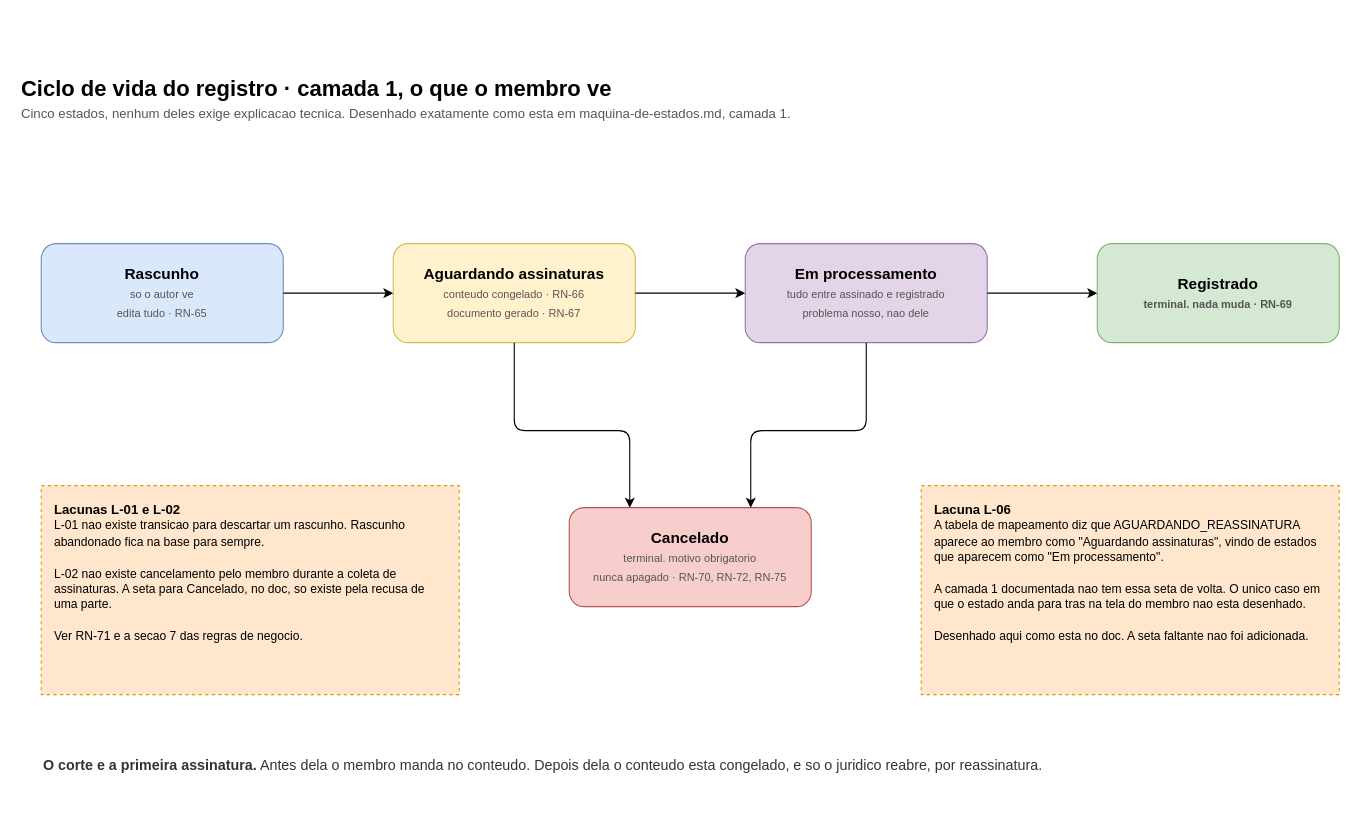
Before: docs/diagramas/02-ciclo-registro-membro.drawio in victornalves/clube-cafe, a draw.io diagram. Source tidied: cells renumbered, new cells numbered last; positions are measured from the earlier drawing's top-left corner, leaving out a move shared by most shapes. Both pictures are drawn from the tidied source at 110%, with x=0, y=0 at pixel (19, 67).
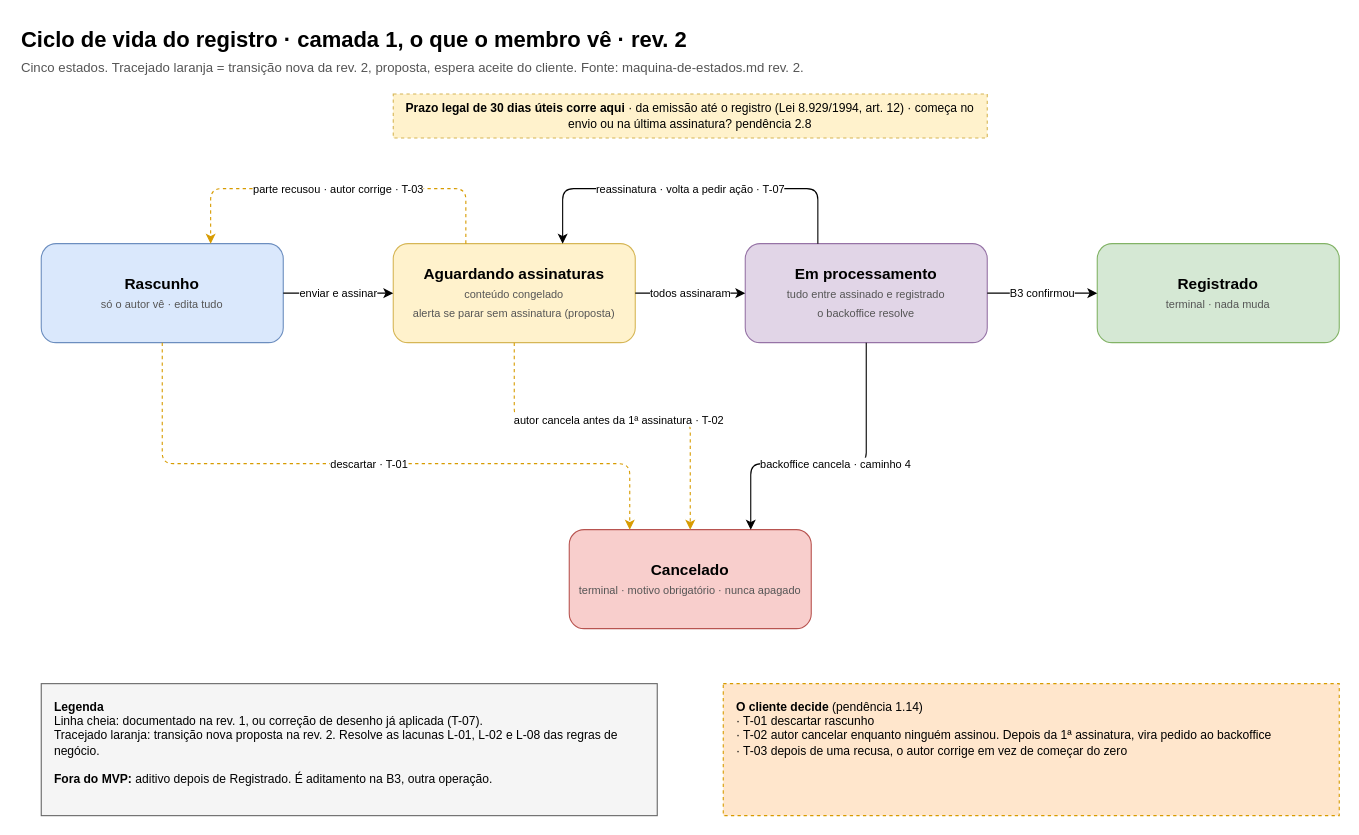
After the change.

The edit, as a diff of the source:
```diff
@@
-    <mxCell id="2" value="Ciclo de vida do registro · camada 1, o que o membro ve" style="text;html=1;align=left;fontStyle=1;fontSize=20;fillColor=none;strokeColor=none;" parent="1" vertex="1">
-      <mxGeometry width="800" height="30" as="geometry" />
+    <mxCell id="2" value="Ciclo de vida do registro · camada 1, o que o membro vê · rev. 2" style="text;html=1;align=left;fontStyle=1;fontSize=20;fillColor=none;strokeColor=none;" parent="1" vertex="1">
+      <mxGeometry y="-44" width="900" height="30" as="geometry" />
     </mxCell>
-    <mxCell id="3" value="Cinco estados, nenhum deles exige explicacao tecnica. Desenhado exatamente como esta em maquina-de-estados.md, camada 1." style="text;html=1;align=left;fontSize=12;fontColor=#555555;fillColor=none;strokeColor=none;" parent="1" vertex="1">
-      <mxGeometry y="28" width="900" height="20" as="geometry" />
+    <mxCell id="3" value="Cinco estados. Tracejado laranja = transição nova da rev. 2, proposta, espera aceite do cliente. Fonte: maquina-de-estados.md rev. 2." style="text;html=1;align=left;fontSize=12;fontColor=#555555;fillColor=none;strokeColor=none;" parent="1" vertex="1">
+      <mxGeometry y="-14" width="1100" height="20" as="geometry" />
     </mxCell>
+    <mxCell id="17" value="&lt;b&gt;Prazo legal de 30 dias úteis corre aqui&lt;/b&gt; · da emissão até o registro (Lei 8.929/1994, art. 12) · começa no envio ou na última assinatura? pendência 2.8" style="rounded=0;whiteSpace=wrap;html=1;fillColor=#fff2cc;strokeColor=#d6b656;dashed=1;fontSize=11;" parent="1" vertex="1">
+      <mxGeometry x="340" y="24" width="540" height="40" as="geometry" />
+    </mxCell>
-    <mxCell id="4" value="&lt;b&gt;Rascunho&lt;/b&gt;&lt;br/&gt;&lt;font style='font-size:10px;color:#555;'&gt;so o autor ve&lt;br/&gt;edita tudo · RN-65&lt;/font&gt;" style="rounded=1;whiteSpace=wrap;html=1;fillColor=#dae8fc;strokeColor=#6c8ebf;fontSize=14;" parent="1" vertex="1">
+    <mxCell id="4" value="&lt;b&gt;Rascunho&lt;/b&gt;&lt;br/&gt;&lt;font style='font-size:10px;color:#555;'&gt;só o autor vê · edita tudo&lt;/font&gt;" style="rounded=1;whiteSpace=wrap;html=1;fillColor=#dae8fc;strokeColor=#6c8ebf;fontSize=14;" parent="1" vertex="1">
       <mxGeometry x="20" y="160" width="220" height="90" as="geometry" />
     </mxCell>
-    <mxCell id="5" value="&lt;b&gt;Aguardando assinaturas&lt;/b&gt;&lt;br/&gt;&lt;font style='font-size:10px;color:#555;'&gt;conteudo congelado · RN-66&lt;br/&gt;documento gerado · RN-67&lt;/font&gt;" style="rounded=1;whiteSpace=wrap;html=1;fillColor=#fff2cc;strokeColor=#d6b656;fontSize=14;" parent="1" vertex="1">
+    <mxCell id="5" value="&lt;b&gt;Aguardando assinaturas&lt;/b&gt;&lt;br/&gt;&lt;font style='font-size:10px;color:#555;'&gt;conteúdo congelado&lt;br/&gt;alerta se parar sem assinatura (proposta)&lt;/font&gt;" style="rounded=1;whiteSpace=wrap;html=1;fillColor=#fff2cc;strokeColor=#d6b656;fontSize=14;" parent="1" vertex="1">
       <mxGeometry x="340" y="160" width="220" height="90" as="geometry" />
     </mxCell>
-    <mxCell id="6" value="&lt;b&gt;Em processamento&lt;/b&gt;&lt;br/&gt;&lt;font style='font-size:10px;color:#555;'&gt;tudo entre assinado e registrado&lt;br/&gt;problema nosso, nao dele&lt;/font&gt;" style="rounded=1;whiteSpace=wrap;html=1;fillColor=#e1d5e7;strokeColor=#9673a6;fontSize=14;" parent="1" vertex="1">
+    <mxCell id="6" value="&lt;b&gt;Em processamento&lt;/b&gt;&lt;br/&gt;&lt;font style='font-size:10px;color:#555;'&gt;tudo entre assinado e registrado&lt;br/&gt;o backoffice resolve&lt;/font&gt;" style="rounded=1;whiteSpace=wrap;html=1;fillColor=#e1d5e7;strokeColor=#9673a6;fontSize=14;" parent="1" vertex="1">
       <mxGeometry x="660" y="160" width="220" height="90" as="geometry" />
     </mxCell>
-    <mxCell id="7" value="&lt;b&gt;Registrado&lt;/b&gt;&lt;br/&gt;&lt;font style='font-size:10px;color:#555;'&gt;terminal. nada muda · RN-69&lt;/font&gt;" style="rounded=1;whiteSpace=wrap;html=1;fillColor=#d5e8d4;strokeColor=#82b366;fontSize=14;fontStyle=1;" parent="1" vertex="1">
+    <mxCell id="7" value="&lt;b&gt;Registrado&lt;/b&gt;&lt;br/&gt;&lt;font style='font-size:10px;color:#555;'&gt;terminal · nada muda&lt;/font&gt;" style="rounded=1;whiteSpace=wrap;html=1;fillColor=#d5e8d4;strokeColor=#82b366;fontSize=14;" parent="1" vertex="1">
       <mxGeometry x="980" y="160" width="220" height="90" as="geometry" />
     </mxCell>
-    <mxCell id="8" value="&lt;b&gt;Cancelado&lt;/b&gt;&lt;br/&gt;&lt;font style='font-size:10px;color:#555;'&gt;terminal. motivo obrigatorio&lt;br/&gt;nunca apagado · RN-70, RN-72, RN-75&lt;/font&gt;" style="rounded=1;whiteSpace=wrap;html=1;fillColor=#f8cecc;strokeColor=#b85450;fontSize=14;" parent="1" vertex="1">
-      <mxGeometry x="500" y="400" width="220" height="90" as="geometry" />
+    <mxCell id="8" value="&lt;b&gt;Cancelado&lt;/b&gt;&lt;br/&gt;&lt;font style='font-size:10px;color:#555;'&gt;terminal · motivo obrigatório · nunca apagado&lt;/font&gt;" style="rounded=1;whiteSpace=wrap;html=1;fillColor=#f8cecc;strokeColor=#b85450;fontSize=14;" parent="1" vertex="1">
+      <mxGeometry x="500" y="420" width="220" height="90" as="geometry" />
     </mxCell>
-    <mxCell id="9" style="edgeStyle=orthogonalEdgeStyle;rounded=1;html=1;exitX=1;exitY=0.5;entryX=0;entryY=0.5;" parent="1" edge="1" source="4" target="5">
+    <mxCell id="9" value="enviar e assinar" style="edgeStyle=orthogonalEdgeStyle;rounded=1;html=1;exitX=1;exitY=0.5;entryX=0;entryY=0.5;fontSize=10;labelBackgroundColor=#ffffff;" parent="1" edge="1" source="4" target="5">
       <mxGeometry relative="1" as="geometry" />
     </mxCell>
-    <mxCell id="10" style="edgeStyle=orthogonalEdgeStyle;rounded=1;html=1;exitX=1;exitY=0.5;entryX=0;entryY=0.5;" parent="1" edge="1" source="5" target="6">
+    <mxCell id="10" value="todos assinaram" style="edgeStyle=orthogonalEdgeStyle;rounded=1;html=1;exitX=1;exitY=0.5;entryX=0;entryY=0.5;fontSize=10;labelBackgroundColor=#ffffff;" parent="1" edge="1" source="5" target="6">
       <mxGeometry relative="1" as="geometry" />
     </mxCell>
-    <mxCell id="11" style="edgeStyle=orthogonalEdgeStyle;rounded=1;html=1;exitX=1;exitY=0.5;entryX=0;entryY=0.5;" parent="1" edge="1" source="6" target="7">
+    <mxCell id="11" value="B3 confirmou" style="edgeStyle=orthogonalEdgeStyle;rounded=1;html=1;exitX=1;exitY=0.5;entryX=0;entryY=0.5;fontSize=10;labelBackgroundColor=#ffffff;" parent="1" edge="1" source="6" target="7">
       <mxGeometry relative="1" as="geometry" />
     </mxCell>
+    <mxCell id="18" value="parte recusou · autor corrige · T-03" style="edgeStyle=orthogonalEdgeStyle;rounded=1;html=1;exitX=0.3;exitY=0;entryX=0.7;entryY=0;dashed=1;strokeColor=#d79b00;fontSize=10;labelBackgroundColor=#ffffff;" parent="1" edge="1" source="5" target="4">
+      <mxGeometry relative="1" as="geometry">
+        <Array as="points">
+          <mxPoint x="406" y="110" />
+          <mxPoint x="174" y="110" />
+        </Array>
+      </mxGeometry>
+    </mxCell>
+    <mxCell id="19" value="reassinatura · volta a pedir ação · T-07" style="edgeStyle=orthogonalEdgeStyle;rounded=1;html=1;exitX=0.3;exitY=0;entryX=0.7;entryY=0;fontSize=10;labelBackgroundColor=#ffffff;" parent="1" edge="1" source="6" target="5">
+      <mxGeometry relative="1" as="geometry">
+        <Array as="points">
+          <mxPoint x="726" y="110" />
+          <mxPoint x="494" y="110" />
+        </Array>
+      </mxGeometry>
+    </mxCell>
+    <mxCell id="20" value="descartar · T-01" style="edgeStyle=orthogonalEdgeStyle;rounded=1;html=1;exitX=0.5;exitY=1;entryX=0.25;entryY=0;dashed=1;strokeColor=#d79b00;fontSize=10;labelBackgroundColor=#ffffff;" parent="1" edge="1" source="4" target="8">
+      <mxGeometry relative="1" as="geometry">
+        <Array as="points">
+          <mxPoint x="130" y="360" />
+          <mxPoint x="555" y="360" />
+        </Array>
+      </mxGeometry>
+    </mxCell>
-    <mxCell id="12" style="edgeStyle=orthogonalEdgeStyle;rounded=1;html=1;exitX=0.5;exitY=1;entryX=0.25;entryY=0;" parent="1" edge="1" source="5" target="8">
+    <mxCell id="12" value="autor cancela antes da 1ª assinatura · T-02" style="edgeStyle=orthogonalEdgeStyle;rounded=1;html=1;exitX=0.5;exitY=1;entryX=0.5;entryY=0;dashed=1;strokeColor=#d79b00;fontSize=10;labelBackgroundColor=#ffffff;" parent="1" edge="1" source="5" target="8">
       <mxGeometry relative="1" as="geometry">
         <Array as="points">
-          <mxPoint x="450" y="330" />
-          <mxPoint x="555" y="330" />
+          <mxPoint x="450" y="320" />
+          <mxPoint x="610" y="320" />
         </Array>
       </mxGeometry>
     </mxCell>
-    <mxCell id="13" style="edgeStyle=orthogonalEdgeStyle;rounded=1;html=1;exitX=0.5;exitY=1;entryX=0.75;entryY=0;" parent="1" edge="1" source="6" target="8">
+    <mxCell id="13" value="backoffice cancela · caminho 4" style="edgeStyle=orthogonalEdgeStyle;rounded=1;html=1;exitX=0.5;exitY=1;entryX=0.75;entryY=0;fontSize=10;labelBackgroundColor=#ffffff;" parent="1" edge="1" source="6" target="8">
       <mxGeometry relative="1" as="geometry">
         <Array as="points">
-          <mxPoint x="770" y="330" />
-          <mxPoint x="665" y="330" />
+          <mxPoint x="770" y="360" />
+          <mxPoint x="665" y="360" />
         </Array>
       </mxGeometry>
     </mxCell>
-    <mxCell id="14" value="&lt;b&gt;Lacuna L-06&lt;/b&gt;&lt;br/&gt;&lt;font style='font-size:11px;'&gt;A tabela de mapeamento diz que AGUARDANDO_REASSINATURA aparece ao membro como &quot;Aguardando assinaturas&quot;, vindo de estados que aparecem como &quot;Em processamento&quot;.&lt;br/&gt;&lt;br/&gt;A camada 1 documentada nao tem essa seta de volta. O unico caso em que o estado anda para tras na tela do membro nao esta desenhado.&lt;br/&gt;&lt;br/&gt;Desenhado aqui como esta no doc. A seta faltante nao foi adicionada.&lt;/font&gt;" style="rounded=0;whiteSpace=wrap;html=1;fillColor=#ffe6cc;strokeColor=#d79b00;dashed=1;fontSize=12;align=left;spacingLeft=10;spacingRight=10;verticalAlign=top;spacingTop=8;" parent="1" vertex="1">
-      <mxGeometry x="820" y="380" width="380" height="190" as="geometry" />
-    </mxCell>
-    <mxCell id="15" value="&lt;b&gt;Lacunas L-01 e L-02&lt;/b&gt;&lt;br/&gt;&lt;font style='font-size:11px;'&gt;L-01 nao existe transicao para descartar um rascunho. Rascunho abandonado fica na base para sempre.&lt;br/&gt;&lt;br/&gt;L-02 nao existe cancelamento pelo membro durante a coleta de assinaturas. A seta para Cancelado, no doc, so existe pela recusa de uma parte.&lt;br/&gt;&lt;br/&gt;Ver RN-71 e a secao 7 das regras de negocio.&lt;/font&gt;" style="rounded=0;whiteSpace=wrap;html=1;fillColor=#ffe6cc;strokeColor=#d79b00;dashed=1;fontSize=12;align=left;spacingLeft=10;spacingRight=10;verticalAlign=top;spacingTop=8;" parent="1" vertex="1">
-      <mxGeometry x="20" y="380" width="380" height="190" as="geometry" />
-    </mxCell>
-    <mxCell id="16" value="&lt;b&gt;O corte e a primeira assinatura.&lt;/b&gt; Antes dela o membro manda no conteudo. Depois dela o conteudo esta congelado, e so o juridico reabre, por reassinatura." style="text;html=1;align=left;fontSize=13;fillColor=none;strokeColor=none;fontColor=#333333;" parent="1" vertex="1">
-      <mxGeometry x="20" y="620" width="1180" height="30" as="geometry" />
-    </mxCell>
+    <mxCell id="21" value="&lt;b&gt;Legenda&lt;/b&gt;&lt;br/&gt;Linha cheia: documentado na rev. 1, ou correção de desenho já aplicada (T-07).&lt;br/&gt;Tracejado laranja: transição nova proposta na rev. 2. Resolve as lacunas L-01, L-02 e L-08 das regras de negócio.&lt;br/&gt;&lt;br/&gt;&lt;b&gt;Fora do MVP:&lt;/b&gt; aditivo depois de Registrado. É aditamento na B3, outra operação." style="rounded=0;whiteSpace=wrap;html=1;fillColor=#f5f5f5;strokeColor=#666666;fontSize=11;align=left;verticalAlign=top;spacingLeft=10;spacingTop=8;spacingRight=10;" parent="1" vertex="1">
+      <mxGeometry x="20" y="560" width="560" height="120" as="geometry" />
+    </mxCell>
+    <mxCell id="22" value="&lt;b&gt;O cliente decide&lt;/b&gt; (pendência 1.14)&lt;br/&gt;· T-01 descartar rascunho&lt;br/&gt;· T-02 autor cancelar enquanto ninguém assinou. Depois da 1ª assinatura, vira pedido ao backoffice&lt;br/&gt;· T-03 depois de uma recusa, o autor corrige em vez de começar do zero" style="rounded=0;whiteSpace=wrap;html=1;fillColor=#ffe6cc;strokeColor=#d79b00;dashed=1;fontSize=11;align=left;verticalAlign=top;spacingLeft=10;spacingTop=8;spacingRight=10;" parent="1" vertex="1">
+      <mxGeometry x="640" y="560" width="560" height="120" as="geometry" />
+    </mxCell>
```
